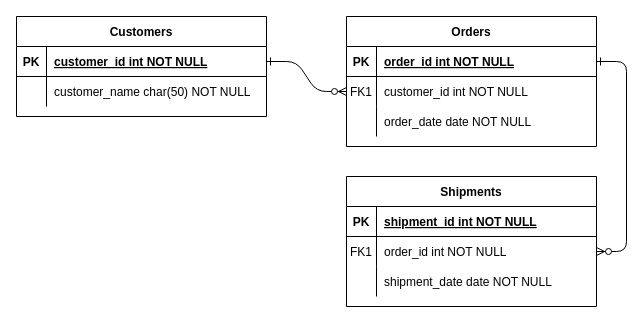
santiago9910/Diplomado_Analisis_datos keeps this draw.io diagram as Diagrama sin título.drawio. Above is the earlier version. Source tidied: cells renumbered, new cells numbered last; positions are measured from the earlier drawing's top-left corner, leaving out a move shared by most shapes. Both pictures are drawn from the tidied source at 100%, with x=0, y=0 at pixel (16, 16).
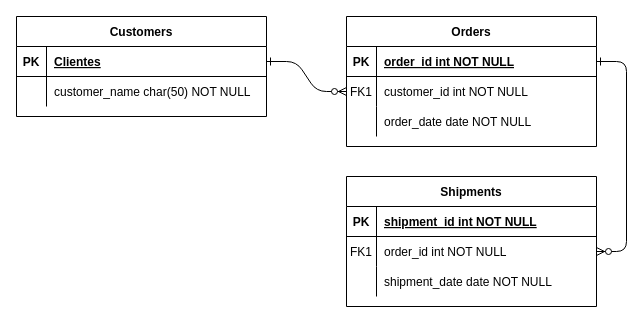
The same diagram, later.

Commit message:
Ejercicio de diagrama

The change refers to these unchanged cells:
```xml
<mxCell id="25" style="shape=partialRectangle;fillColor=none;points=[[0,0.5],[1,0.5]];portConstraint=eastwest;top=0;left=0;right=0;bottom=1;" parent="24" vertex="1">
  <mxGeometry y="30" width="250" height="30" as="geometry" />
</mxCell>
```

What changed in the source:
```diff
@@
-    <mxCell id="27" value="customer_id int NOT NULL " style="shape=partialRectangle;overflow=hidden;fillColor=none;top=0;left=0;bottom=0;right=0;align=left;spacingLeft=6;fontStyle=5;" parent="25" vertex="1">
+    <mxCell id="27" value="Clientes" style="shape=partialRectangle;overflow=hidden;fillColor=none;top=0;left=0;bottom=0;right=0;align=left;spacingLeft=6;fontStyle=5;" parent="25" vertex="1">
       <mxGeometry x="30" width="220" height="30" as="geometry" />
     </mxCell>
```
